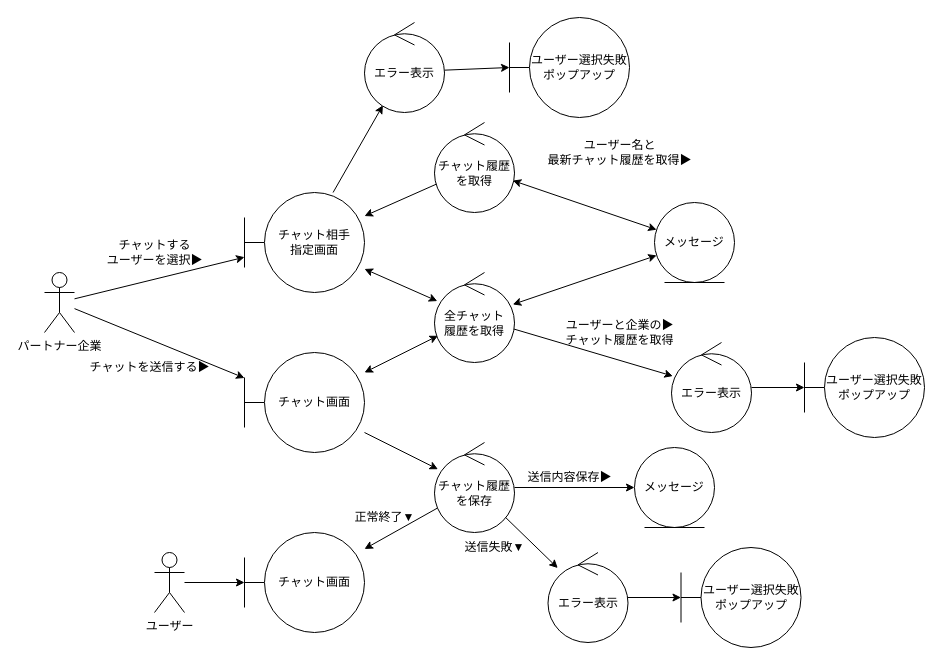
Above: page "チャット" (3 of 11) of out/ロバストネス図/パートナー企業-ロバストネス図.drawio in ksw2270227/GroupF (draw.io), before the change. Source tidied: cells renumbered, new cells numbered last; positions are measured from the earlier drawing's top-left corner, leaving out a move shared by most shapes. Both pictures are drawn from the tidied source at 100%, with x=0, y=0 at pixel (44, 17).
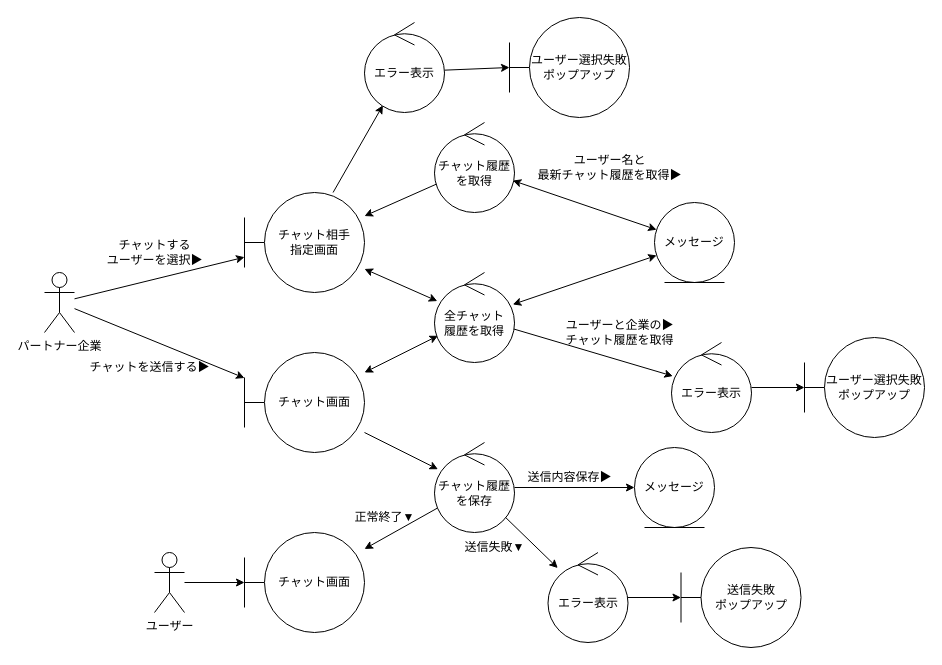
The same page after the edit.

The edit, as a diff of the source:
```diff
@@
     <mxCell id="19" value="ユーザー名と&lt;br&gt;最新チャット履歴を取得▶" style="text;html=1;align=center;verticalAlign=middle;strokeColor=none;fillColor=none;" parent="1" vertex="1">
-      <mxGeometry x="490" y="115" width="170" height="40" as="geometry" />
+      <mxGeometry x="480" y="130" width="170" height="40" as="geometry" />
     </mxCell>
@@
-    <mxCell id="40" value="ユーザー選択失敗&lt;br&gt;ポップアップ" style="shape=umlBoundary;whiteSpace=wrap;html=1;" parent="1" vertex="1">
+    <mxCell id="40" value="送信失敗&lt;br&gt;ポップアップ" style="shape=umlBoundary;whiteSpace=wrap;html=1;" parent="1" vertex="1">
       <mxGeometry x="636.5" y="530" width="120" height="100" as="geometry" />
     </mxCell>
```
